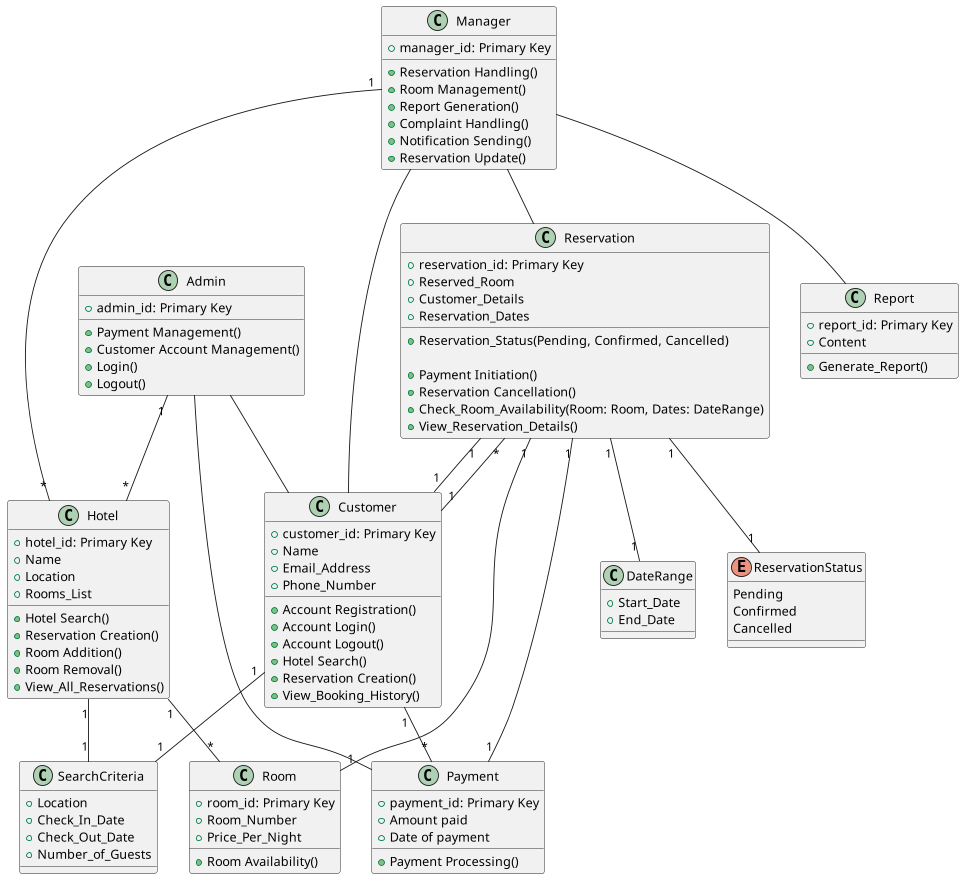
Before: UML/HOTEL_reservation_system/Class.png, a diagram exported from PlantUML (Harshit-code-tech/Hotel_reservation_system_se).
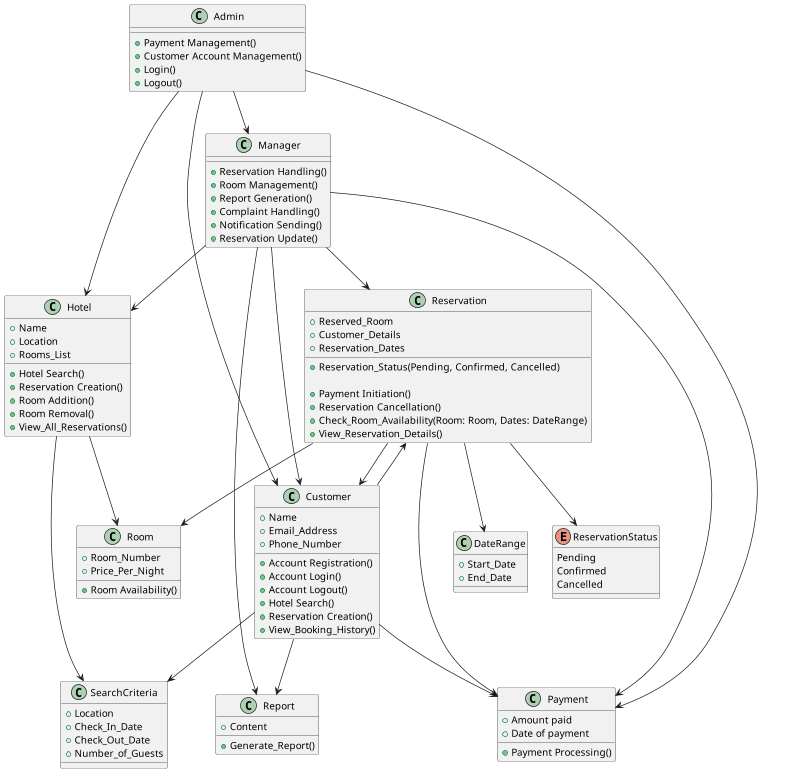
Above is the later version.

Diff of the diagram source:
```diff
@@ -1,6 +1,5 @@
 @startuml
 class Hotel {
-  +hotel_id: Primary Key
   +Name
   +Location
   +Rooms_List
@@ -13,7 +12,6 @@
 }
 
 class Room {
-  +room_id: Primary Key
   +Room_Number
   +Price_Per_Night
 
@@ -21,7 +19,6 @@
 }
 
 class Customer {
-  +customer_id: Primary Key
   +Name
   +Email_Address
   +Phone_Number
@@ -35,7 +32,6 @@
 }
 
 class Reservation {
-  +reservation_id: Primary Key
   +Reserved_Room
   +Customer_Details
   +Reservation_Dates
@@ -48,7 +44,6 @@
 }
 
 class Payment {
-  +payment_id: Primary Key
   +Amount paid
   +Date of payment
 
@@ -56,8 +51,6 @@
 }
 
 class Admin {
-  +admin_id: Primary Key
-
   +Payment Management()
   +Customer Account Management()
   +Login()
@@ -65,8 +58,6 @@
 }
 
 class Manager {
-  +manager_id: Primary Key
-
   +Reservation Handling()
   +Room Management()
   +Report Generation()
@@ -88,7 +79,6 @@
 }
 
 class Report {
-  +report_id: Primary Key
   +Content
   +Generate_Report()
 }
@@ -99,21 +89,24 @@
   Cancelled
 }
 
-Admin "1" -- "*" Hotel
-Hotel "1" -- "*" Room
-Customer "1" -- "*" Reservation
-Reservation "1" -- "1" Room
-Reservation "1" -- "1" Customer
-Reservation "1" -- "1" Payment
-Reservation "1" -- "1" DateRange
-Reservation "1" -- "1" ReservationStatus
-Admin -- Payment
-Admin -- Customer
-Manager "1" -- "*" Hotel
-Manager -- Reservation
-Manager -- Report
-Manager -- Customer
-Customer "1" -- "*" Payment
-Customer "1" -- "1" SearchCriteria
-Hotel "1" -- "1" SearchCriteria
+Admin --> Hotel
+Hotel --> Room
+Customer --> Reservation
+Reservation --> Room
+Reservation --> Customer
+Reservation --> Payment
+Reservation --> DateRange
+Reservation --> ReservationStatus
+Admin --> Payment
+Admin --> Customer
+Admin --> Manager
+Manager --> Hotel
+Manager --> Reservation
+Manager --> Report
+Manager --> Customer
+Manager --> Payment
+Customer --> Payment
+Customer --> SearchCriteria
+Customer --> Report
+Hotel --> SearchCriteria
 @enduml
```
